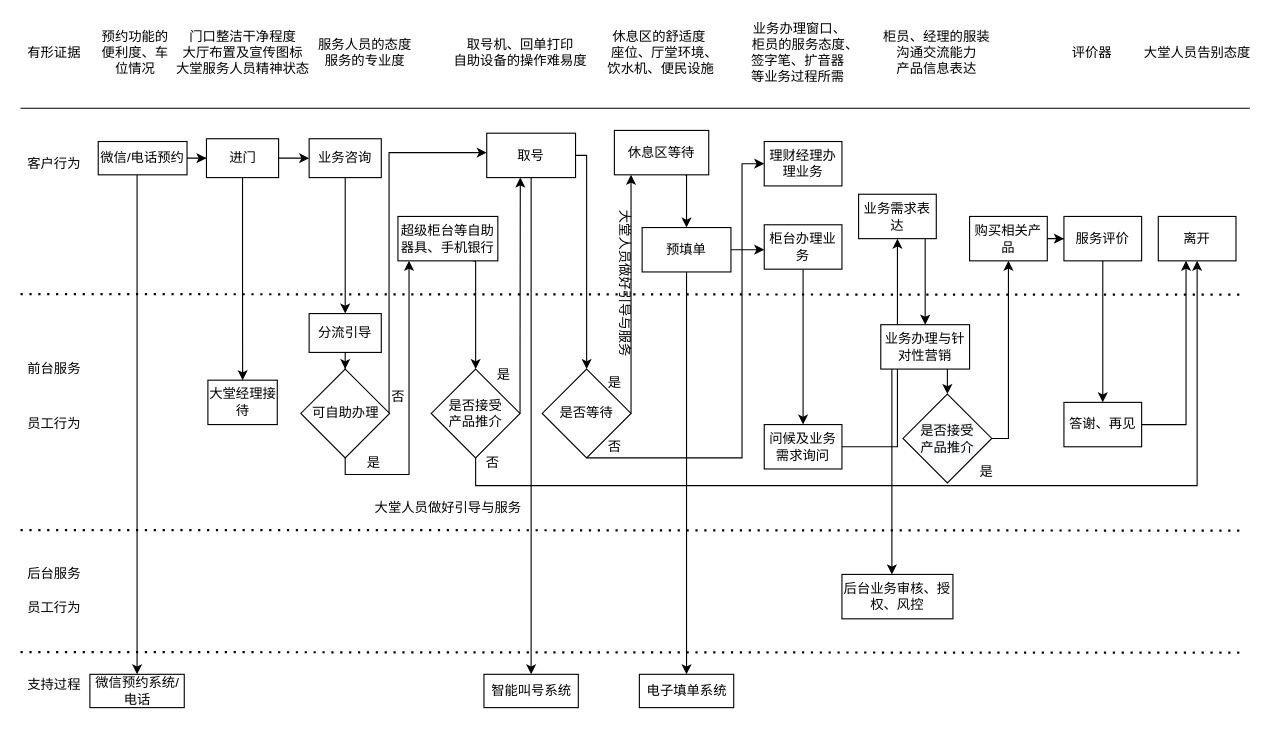
sutaoalex/phn keeps this draw.io diagram as Untitled Diagram.drawio. Above is the earlier version. Source tidied: cells renumbered, new cells numbered last; positions are measured from the earlier drawing's top-left corner, leaving out a move shared by most shapes. Both pictures are drawn from the tidied source at 111%, with x=0, y=0 at pixel (20, 19).
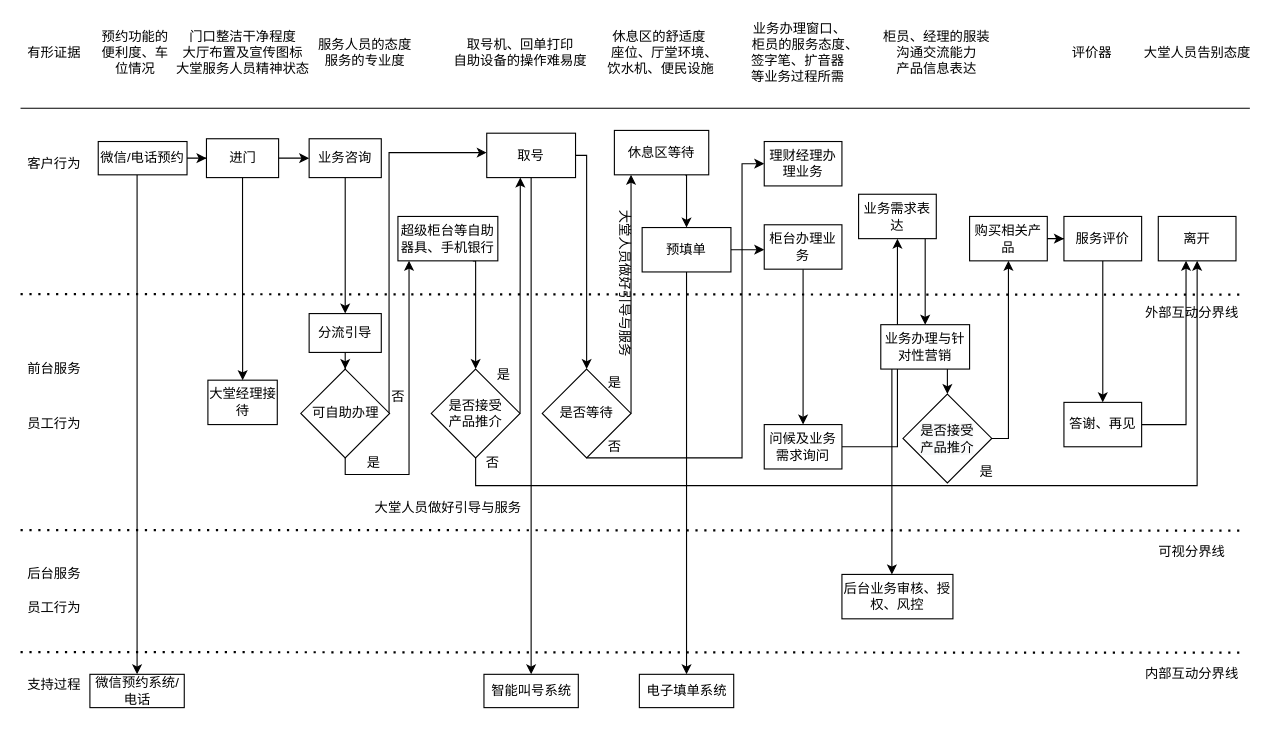
Above is the later version.

The edit, as a diff of the source:
```diff
@@
+    <mxCell id="85" value="外部互动分界线" style="text;html=1;align=center;verticalAlign=middle;" parent="1" vertex="1">
+      <mxGeometry x="1005" y="255" width="100" height="20" as="geometry" />
+    </mxCell>
+    <mxCell id="86" value="可视分界线" style="text;html=1;align=center;verticalAlign=middle;" parent="1" vertex="1">
+      <mxGeometry x="1015" y="470" width="80" height="20" as="geometry" />
+    </mxCell>
+    <mxCell id="87" value="内部互动分界线" style="text;html=1;align=center;verticalAlign=middle;" parent="1" vertex="1">
+      <mxGeometry x="1005" y="580" width="100" height="20" as="geometry" />
+    </mxCell>
```
